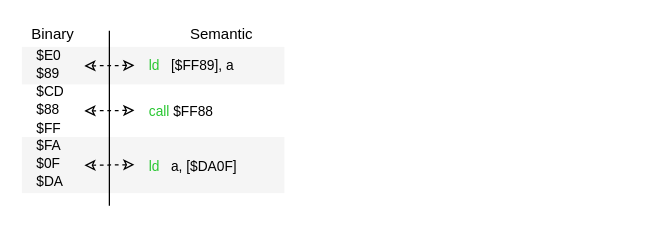
The draw.io diagram Architecture/diagrams/cpu.drawio in jverkoey/windfish, before the edit. Source tidied: cells renumbered, new cells numbered last; positions are measured from the earlier drawing's top-left corner, leaving out a move shared by most shapes. Both pictures are drawn from the tidied source at 125%, with x=0, y=0 at pixel (21, 21).
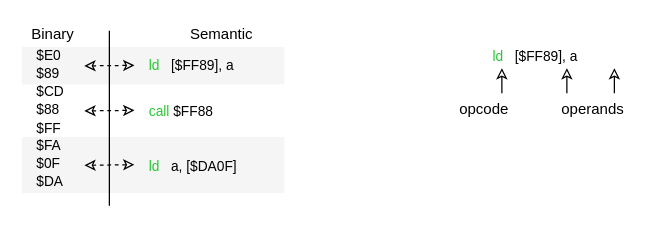
The same diagram, later.

The edit, as a diff of the source:
```diff
@@
+    <mxCell id="15" value="&lt;p class=&quot;p1&quot; style=&quot;margin: 0px ; font-stretch: normal ; font-size: 11px ; line-height: normal ; font-family: &amp;#34;.applesystemuifontmonospaced&amp;#34;&quot;&gt;&lt;span class=&quot;s1&quot; style=&quot;color: rgb(41 , 199 , 50)&quot;&gt;ld&lt;/span&gt;&amp;nbsp; &amp;nbsp;[$FF89], a&lt;/p&gt;" style="rounded=0;whiteSpace=wrap;html=1;align=left;strokeColor=none;fillColor=none;" parent="1" vertex="1">
+      <mxGeometry x="375" y="17" width="120" height="20" as="geometry" />
+    </mxCell>
+    <mxCell id="16" value="opcode" style="text;html=1;strokeColor=none;fillColor=none;align=center;verticalAlign=middle;whiteSpace=wrap;rounded=0;" parent="1" vertex="1">
+      <mxGeometry x="350" y="60" width="40" height="20" as="geometry" />
+    </mxCell>
+    <mxCell id="17" value="operands" style="text;html=1;strokeColor=none;fillColor=none;align=center;verticalAlign=middle;whiteSpace=wrap;rounded=0;" parent="1" vertex="1">
+      <mxGeometry x="437" y="60" width="40" height="20" as="geometry" />
+    </mxCell>
+    <mxCell id="18" style="endArrow=classic;html=1;endFill=0;" parent="1" edge="1">
+      <mxGeometry relative="1" as="geometry">
+        <mxPoint x="384" y="57" as="sourcePoint" />
+        <mxPoint x="384" y="37" as="targetPoint" />
+      </mxGeometry>
+    </mxCell>
+    <mxCell id="19" style="endArrow=classic;html=1;endFill=0;" parent="1" edge="1">
+      <mxGeometry relative="1" as="geometry">
+        <mxPoint x="436" y="57" as="sourcePoint" />
+        <mxPoint x="436" y="37" as="targetPoint" />
+      </mxGeometry>
+    </mxCell>
+    <mxCell id="20" style="endArrow=classic;html=1;endFill=0;" parent="1" edge="1">
+      <mxGeometry relative="1" as="geometry">
+        <mxPoint x="474" y="57" as="sourcePoint" />
+        <mxPoint x="474" y="37" as="targetPoint" />
+      </mxGeometry>
+    </mxCell>
```
